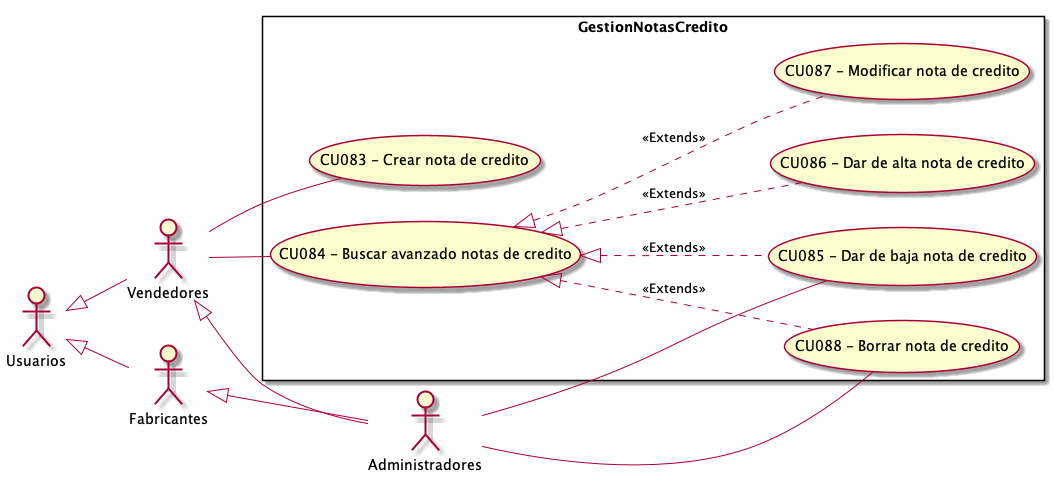
ZMGestion/DocumentacionZMGestion keeps this PlantUML diagram as Informe Final/Imagenes/ModeladoDeCasosDeUso/DiagramaDeCasosDeUso/GestionNotasCredito.png. Above is the earlier version. Source of this version:
```plantuml
@startuml GestionNotasCredito
top to bottom direction
:Usuarios:
:Administradores:
:Vendedores:
:Fabricantes:

Usuarios <|-- Vendedores
Usuarios <|-- Fabricantes
Vendedores <|-- Administradores
Fabricantes <|-- Administradores

 left to right direction

rectangle GestionNotasCredito{
    UseCase "CU083 - Crear nota de credito" as C
    UseCase "CU084 - Buscar avanzado notas de credito" as BA
    UseCase "CU085 - Dar de baja nota de credito" as DB
    UseCase "CU086 - Dar de alta nota de credito" as DA
    UseCase "CU087 - Modificar nota de credito" as M
    UseCase "CU088 - Borrar nota de credito" as B
    BA <|.. M : <<Extends>>
    BA <|.. DA : <<Extends>>
    BA <|.. DB : <<Extends>>
    BA <|.. B : <<Extends>>
}
    Vendedores -- C
    Vendedores -- BA
    Administradores -- B
    Administradores -- DB

@enduml
```
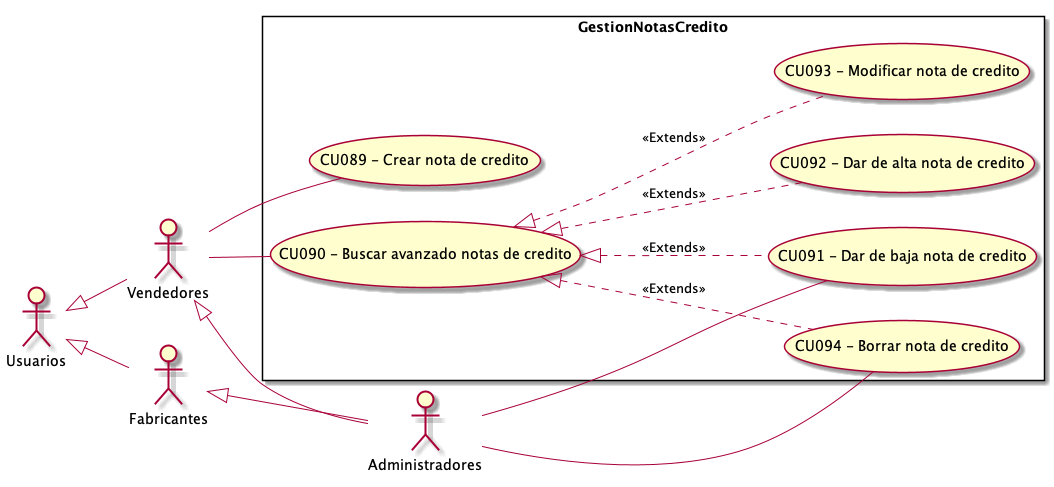
Above is the later version.

What changed in the source:
```diff
@@ -13,12 +13,12 @@
  left to right direction
 
 rectangle GestionNotasCredito{
-    UseCase "CU083 - Crear nota de credito" as C
-    UseCase "CU084 - Buscar avanzado notas de credito" as BA
-    UseCase "CU085 - Dar de baja nota de credito" as DB
-    UseCase "CU086 - Dar de alta nota de credito" as DA
-    UseCase "CU087 - Modificar nota de credito" as M
-    UseCase "CU088 - Borrar nota de credito" as B
+    UseCase "CU089 - Crear nota de credito" as C
+    UseCase "CU090 - Buscar avanzado notas de credito" as BA
+    UseCase "CU091 - Dar de baja nota de credito" as DB
+    UseCase "CU092 - Dar de alta nota de credito" as DA
+    UseCase "CU093 - Modificar nota de credito" as M
+    UseCase "CU094 - Borrar nota de credito" as B
     BA <|.. M : <<Extends>>
     BA <|.. DA : <<Extends>>
     BA <|.. DB : <<Extends>>
```
